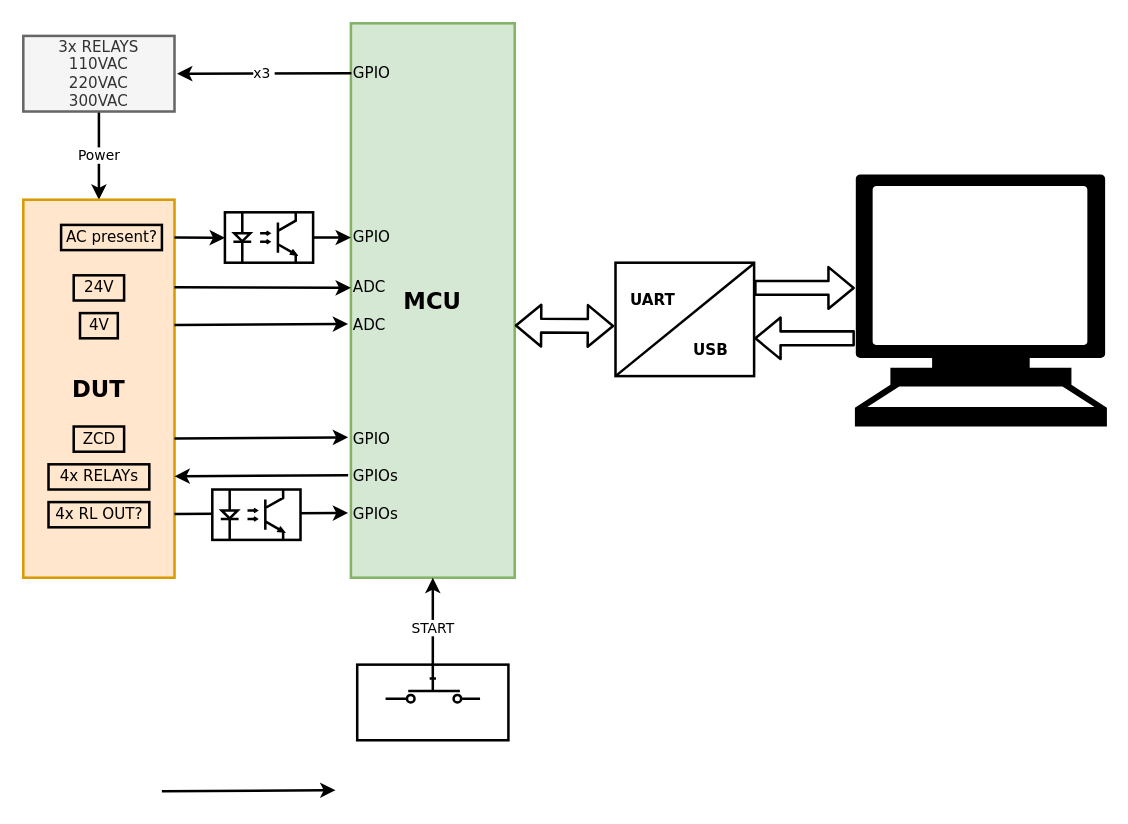
The draw.io diagram Detail of HW auto test tool.drawio in anhvanthe/01_my_drawio, before the edit. Source tidied: cells renumbered, new cells numbered last; positions are measured from the earlier drawing's top-left corner, leaving out a move shared by most shapes. Both pictures are drawn from the tidied source at 126%, with x=0, y=0 at pixel (23, 23).
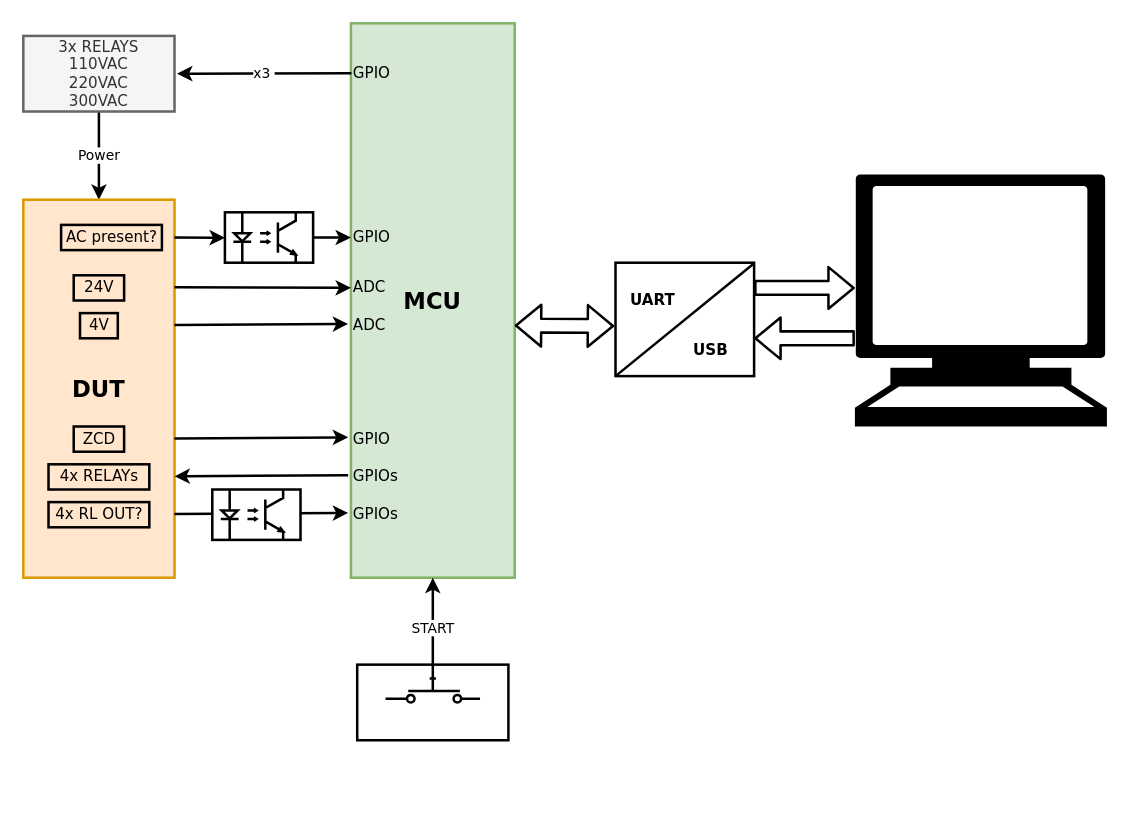
The same page after the edit.

What changed in the source:
```diff
@@
-    <mxCell id="40" style="endArrow=classic;html=1;entryX=-0.018;entryY=0.342;entryDx=0;entryDy=0;entryPerimeter=0;fontFamily=Verdana;strokeWidth=2;" parent="1" edge="1">
-      <mxGeometry relative="1" as="geometry">
-        <mxPoint x="110" y="609.5" as="sourcePoint" />
-        <mxPoint x="247.8" y="608.6" as="targetPoint" />
-      </mxGeometry>
-    </mxCell>
```
